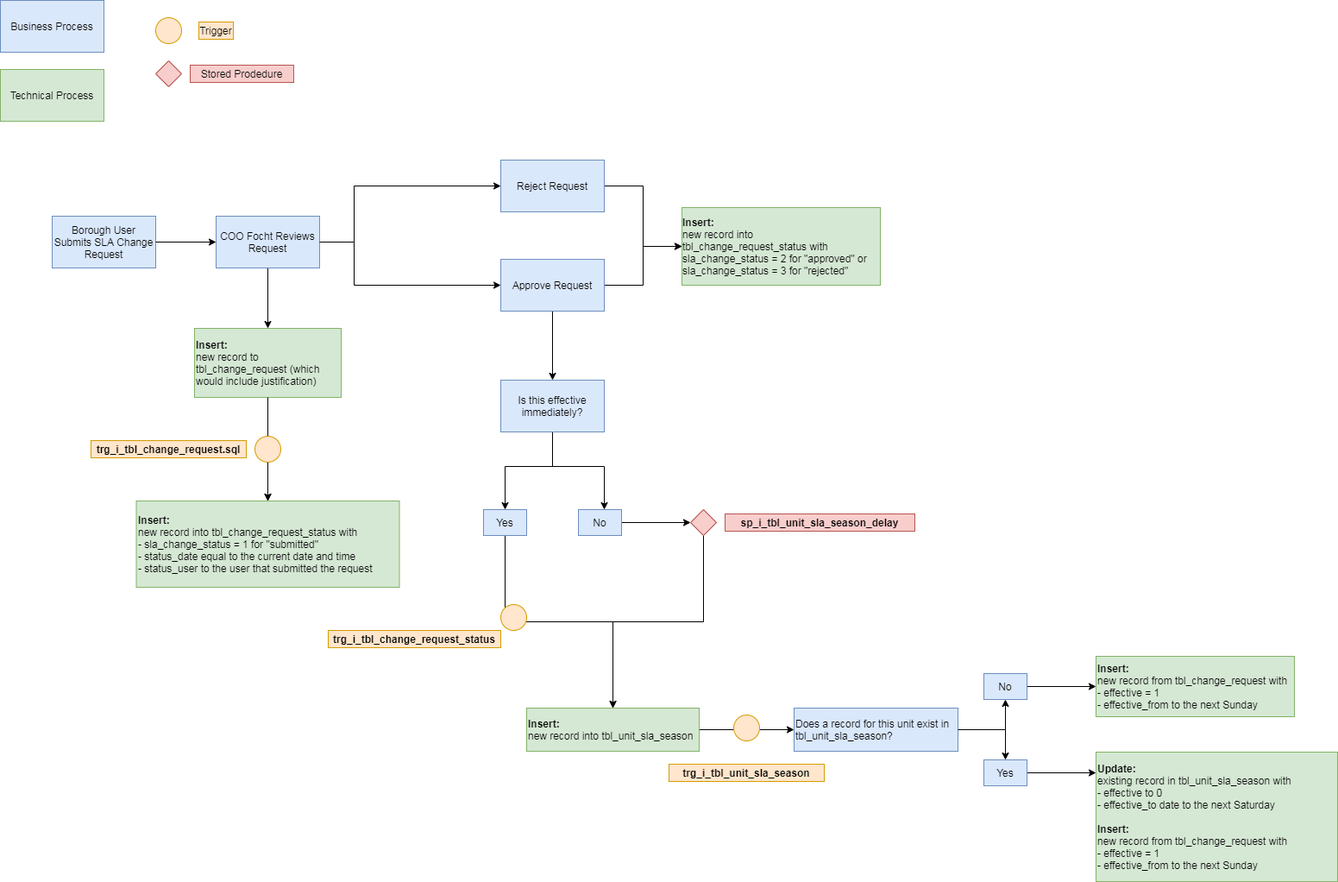
This is images/trg_i_tbl_change_request.sql; trg_i_tbl_unit_sla_season.sql; sp_i_tbl_unit_sla_season_delay.sql.png from NYC-Parks/SLADB, a draw.io export, as it was before one commit. Source tidied: cells renumbered, new cells last; positions are measured from the earlier drawing's top-left corner, leaving out a move shared by most shapes.
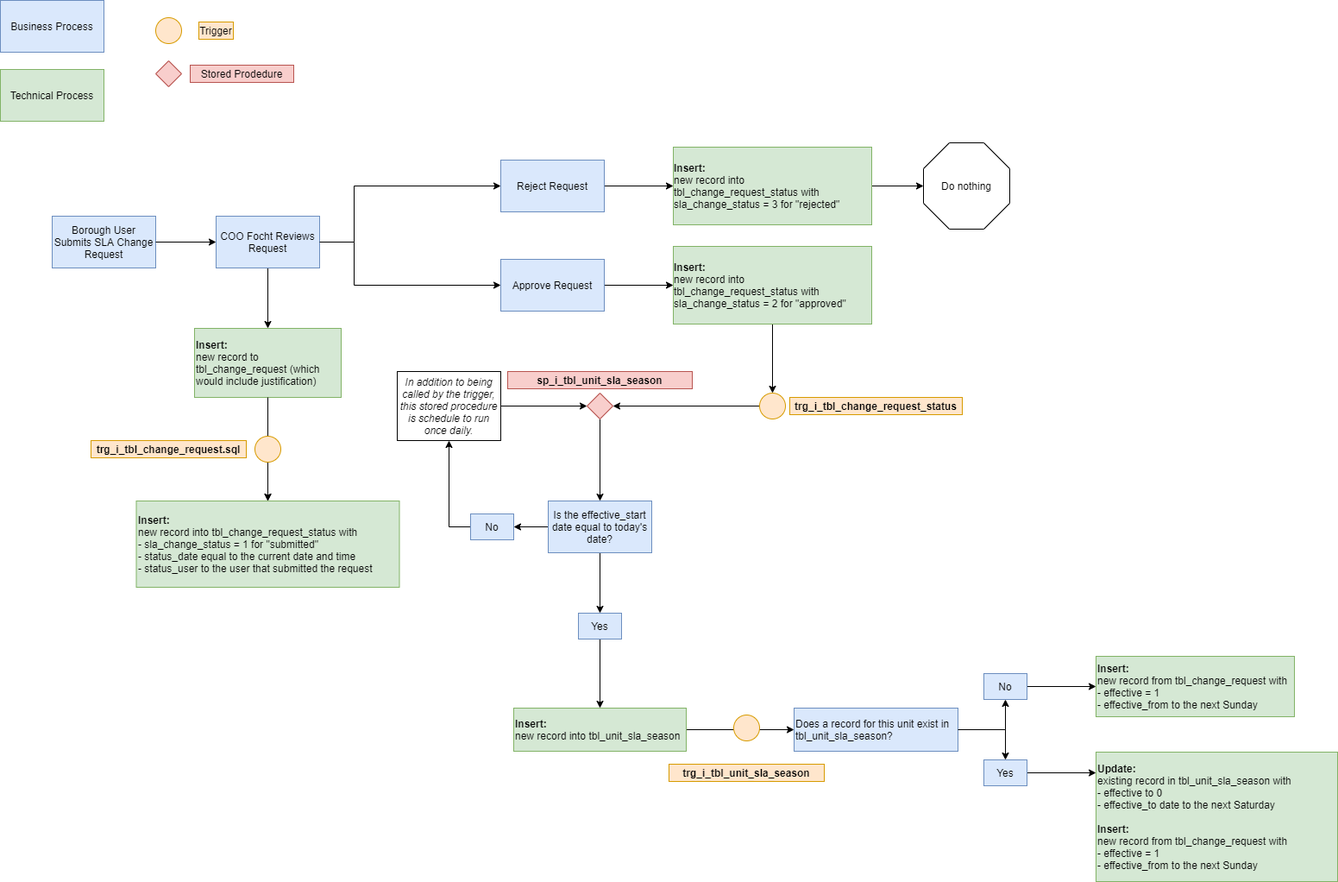
The same file after the commit.

The edit, as a diff of the source:
```diff
@@ -57,42 +57,32 @@
     <mxCell id="16" value="Reject Request" style="rounded=0;whiteSpace=wrap;html=1;fillColor=#dae8fc;strokeColor=#6c8ebf;" parent="1" vertex="1">
       <mxGeometry x="580" y="185" width="120" height="60" as="geometry" />
     </mxCell>
+    <mxCell id="52" style="edgeStyle=orthogonalEdgeStyle;rounded=0;jettySize=auto;html=1;exitX=1;exitY=0.5;exitDx=0;exitDy=0;entryX=0;entryY=0.5;entryDx=0;entryDy=0;entryPerimeter=0;" parent="1" edge="1" source="17" target="60">
+      <mxGeometry relative="1" as="geometry" />
+    </mxCell>
-    <mxCell id="17" value="&lt;div style=&quot;text-align: left&quot;&gt;&lt;span&gt;&lt;b&gt;Insert:&lt;/b&gt;&lt;/span&gt;&lt;/div&gt;&lt;div style=&quot;text-align: left&quot;&gt;&lt;span&gt;new record into tbl_change_request_status with sla_change_status = 2 for &quot;approved&quot; or sla_change_status = 3 for &quot;rejected&quot;&lt;/span&gt;&lt;/div&gt;" style="rounded=0;whiteSpace=wrap;html=1;fillColor=#d5e8d4;strokeColor=#82b366;" parent="1" vertex="1">
-      <mxGeometry x="790" y="240" width="230" height="90" as="geometry" />
+    <mxCell id="17" value="&lt;div style=&quot;text-align: left&quot;&gt;&lt;span&gt;&lt;b&gt;Insert:&lt;/b&gt;&lt;/span&gt;&lt;/div&gt;&lt;div style=&quot;text-align: left&quot;&gt;&lt;span&gt;new record into tbl_change_request_status with sla_change_status = 3 for &quot;rejected&quot;&lt;/span&gt;&lt;/div&gt;" style="rounded=0;whiteSpace=wrap;html=1;fillColor=#d5e8d4;strokeColor=#82b366;" parent="1" vertex="1">
+      <mxGeometry x="780" y="170" width="230" height="90" as="geometry" />
     </mxCell>
-    <mxCell id="18" style="edgeStyle=orthogonalEdgeStyle;rounded=0;jettySize=auto;html=1;entryX=0;entryY=0.5;entryDx=0;entryDy=0;" parent="1" edge="1" source="20" target="17">
-      <mxGeometry relative="1" as="geometry" />
-    </mxCell>
-    <mxCell id="19" style="edgeStyle=orthogonalEdgeStyle;rounded=0;jettySize=auto;html=1;" parent="1" edge="1" source="20" target="23">
-      <mxGeometry relative="1" as="geometry" />
-    </mxCell>
+    <mxCell id="53" style="edgeStyle=orthogonalEdgeStyle;rounded=0;jettySize=auto;html=1;exitX=1;exitY=0.5;exitDx=0;exitDy=0;" parent="1" edge="1" source="20" target="59">
+      <mxGeometry relative="1" as="geometry" />
+    </mxCell>
     <mxCell id="20" value="Approve Request" style="rounded=0;whiteSpace=wrap;html=1;fillColor=#dae8fc;strokeColor=#6c8ebf;" parent="1" vertex="1">
       <mxGeometry x="580" y="300" width="120" height="60" as="geometry" />
     </mxCell>
-    <mxCell id="21" style="edgeStyle=orthogonalEdgeStyle;rounded=0;jettySize=auto;html=1;" parent="1" edge="1" source="23" target="31">
-      <mxGeometry relative="1" as="geometry">
-        <Array as="points">
-          <mxPoint x="640" y="540" />
-          <mxPoint x="700" y="540" />
-        </Array>
-      </mxGeometry>
+    <mxCell id="21" style="edgeStyle=orthogonalEdgeStyle;rounded=0;jettySize=auto;html=1;exitX=0.5;exitY=1;exitDx=0;exitDy=0;entryX=0.5;entryY=0;entryDx=0;entryDy=0;" parent="1" edge="1" source="23" target="31">
+      <mxGeometry relative="1" as="geometry" />
     </mxCell>
-    <mxCell id="22" style="edgeStyle=orthogonalEdgeStyle;rounded=0;jettySize=auto;html=1;" parent="1" edge="1" source="23" target="25">
-      <mxGeometry relative="1" as="geometry">
-        <Array as="points">
-          <mxPoint x="640" y="540" />
-          <mxPoint x="585" y="540" />
-        </Array>
-      </mxGeometry>
+    <mxCell id="22" style="edgeStyle=orthogonalEdgeStyle;rounded=0;jettySize=auto;html=1;exitX=0;exitY=0.5;exitDx=0;exitDy=0;entryX=1;entryY=0.5;entryDx=0;entryDy=0;" parent="1" edge="1" source="23" target="25">
+      <mxGeometry relative="1" as="geometry" />
     </mxCell>
-    <mxCell id="23" value="Is this effective immediately?" style="rounded=0;whiteSpace=wrap;html=1;fillColor=#dae8fc;strokeColor=#6c8ebf;" parent="1" vertex="1">
-      <mxGeometry x="580" y="440" width="120" height="60" as="geometry" />
+    <mxCell id="23" value="Is the effective_start date equal to today's date?" style="rounded=0;whiteSpace=wrap;html=1;fillColor=#dae8fc;strokeColor=#6c8ebf;" parent="1" vertex="1">
+      <mxGeometry x="635" y="580" width="120" height="60" as="geometry" />
     </mxCell>
-    <mxCell id="24" style="edgeStyle=orthogonalEdgeStyle;rounded=0;jettySize=auto;html=1;entryX=0.5;entryY=0;entryDx=0;entryDy=0;" parent="1" edge="1" source="25" target="38">
-      <mxGeometry relative="1" as="geometry" />
-    </mxCell>
+    <mxCell id="54" style="edgeStyle=orthogonalEdgeStyle;rounded=0;jettySize=auto;html=1;exitX=0;exitY=0.5;exitDx=0;exitDy=0;" parent="1" edge="1" source="25" target="62">
+      <mxGeometry relative="1" as="geometry" />
+    </mxCell>
-    <mxCell id="25" value="Yes" style="rounded=0;whiteSpace=wrap;html=1;fillColor=#dae8fc;strokeColor=#6c8ebf;" parent="1" vertex="1">
-      <mxGeometry x="560" y="590" width="50" height="30" as="geometry" />
+    <mxCell id="25" value="No" style="rounded=0;whiteSpace=wrap;html=1;fillColor=#dae8fc;strokeColor=#6c8ebf;" parent="1" vertex="1">
+      <mxGeometry x="545" y="595" width="50" height="30" as="geometry" />
     </mxCell>
     <mxCell id="26" style="edgeStyle=orthogonalEdgeStyle;rounded=0;orthogonalLoop=1;jettySize=auto;html=1;exitX=0.5;exitY=1;exitDx=0;exitDy=0;" parent="1" edge="1" source="17" target="17">
       <mxGeometry relative="1" as="geometry" />
@@ -103,16 +93,11 @@
     <mxCell id="28" style="edgeStyle=orthogonalEdgeStyle;rounded=0;jettySize=auto;html=1;exitX=0.5;exitY=1;exitDx=0;exitDy=0;entryX=0.5;entryY=0;entryDx=0;entryDy=0;" parent="1" edge="1" source="12" target="13">
       <mxGeometry relative="1" as="geometry" />
     </mxCell>
-    <mxCell id="29" style="edgeStyle=orthogonalEdgeStyle;rounded=0;jettySize=auto;html=1;" parent="1" edge="1" source="31">
-      <mxGeometry relative="1" as="geometry">
-        <mxPoint x="800" y="605" as="targetPoint" />
-      </mxGeometry>
-    </mxCell>
-    <mxCell id="30" style="edgeStyle=orthogonalEdgeStyle;rounded=0;jettySize=auto;html=1;entryX=0.5;entryY=0;entryDx=0;entryDy=0;exitX=0.5;exitY=1;exitDx=0;exitDy=0;" parent="1" edge="1" source="35" target="38">
-      <mxGeometry relative="1" as="geometry" />
-    </mxCell>
+    <mxCell id="55" style="edgeStyle=orthogonalEdgeStyle;rounded=0;jettySize=auto;html=1;exitX=0.5;exitY=1;exitDx=0;exitDy=0;entryX=0.5;entryY=0;entryDx=0;entryDy=0;" parent="1" edge="1" source="31" target="38">
+      <mxGeometry relative="1" as="geometry" />
+    </mxCell>
-    <mxCell id="31" value="No" style="rounded=0;whiteSpace=wrap;html=1;fillColor=#dae8fc;strokeColor=#6c8ebf;" parent="1" vertex="1">
-      <mxGeometry x="670" y="590" width="50" height="30" as="geometry" />
+    <mxCell id="31" value="Yes" style="rounded=0;whiteSpace=wrap;html=1;fillColor=#dae8fc;strokeColor=#6c8ebf;" parent="1" vertex="1">
+      <mxGeometry x="670" y="710" width="50" height="30" as="geometry" />
     </mxCell>
     <mxCell id="32" style="rhombus;whiteSpace=wrap;html=1;align=left;fillColor=#f8cecc;strokeColor=#b85450;" parent="1" vertex="1">
       <mxGeometry x="180" y="70" width="30" height="30" as="geometry" />
@@ -123,17 +108,14 @@
     <mxCell id="34" style="ellipse;whiteSpace=wrap;html=1;fillColor=#ffe6cc;strokeColor=#d79b00;" parent="1" vertex="1">
       <mxGeometry x="295" y="505" width="30" height="30" as="geometry" />
     </mxCell>
-    <mxCell id="35" style="rhombus;whiteSpace=wrap;html=1;align=left;fillColor=#f8cecc;strokeColor=#b85450;" parent="1" vertex="1">
-      <mxGeometry x="800" y="590" width="30" height="30" as="geometry" />
-    </mxCell>
-    <mxCell id="36" value="&lt;b&gt;sp_i_tbl_unit_sla_season_delay&lt;/b&gt;" style="text;html=1;strokeColor=#b85450;fillColor=#f8cecc;align=center;verticalAlign=middle;whiteSpace=wrap;rounded=0;" parent="1" vertex="1">
-      <mxGeometry x="840" y="595" width="220" height="20" as="geometry" />
+    <mxCell id="36" value="&lt;b&gt;sp_i_tbl_unit_sla_season&lt;br&gt;&lt;/b&gt;" style="text;html=1;strokeColor=#b85450;fillColor=#f8cecc;align=center;verticalAlign=middle;whiteSpace=wrap;rounded=0;" parent="1" vertex="1">
+      <mxGeometry x="588" y="430" width="214" height="20" as="geometry" />
     </mxCell>
     <mxCell id="37" style="edgeStyle=orthogonalEdgeStyle;rounded=0;jettySize=auto;html=1;" parent="1" edge="1" source="38" target="40">
       <mxGeometry relative="1" as="geometry" />
     </mxCell>
     <mxCell id="38" value="Insert:&lt;br&gt;&lt;span style=&quot;font-weight: 400&quot;&gt;new record into tbl_unit_sla_season&lt;/span&gt;" style="rounded=0;whiteSpace=wrap;html=1;fillColor=#d5e8d4;strokeColor=#82b366;fontStyle=1;align=left;" parent="1" vertex="1">
-      <mxGeometry x="610" y="820" width="200" height="50" as="geometry" />
+      <mxGeometry x="595" y="820" width="200" height="50" as="geometry" />
     </mxCell>
     <mxCell id="39" style="edgeStyle=orthogonalEdgeStyle;rounded=0;jettySize=auto;html=1;" parent="1" edge="1" source="40" target="43">
       <mxGeometry relative="1" as="geometry" />
@@ -161,11 +143,14 @@
     <mxCell id="46" value="&lt;span style=&quot;font-weight: normal&quot;&gt;Yes&lt;/span&gt;" style="rounded=0;whiteSpace=wrap;html=1;fillColor=#dae8fc;strokeColor=#6c8ebf;fontStyle=1;align=center;" parent="1" vertex="1">
       <mxGeometry x="1140" y="880" width="50" height="30" as="geometry" />
     </mxCell>
+    <mxCell id="56" style="edgeStyle=orthogonalEdgeStyle;rounded=0;jettySize=auto;html=1;exitX=0;exitY=0.5;exitDx=0;exitDy=0;entryX=1;entryY=0.5;entryDx=0;entryDy=0;" parent="1" edge="1" source="47" target="35">
+      <mxGeometry relative="1" as="geometry" />
+    </mxCell>
     <mxCell id="47" style="ellipse;whiteSpace=wrap;html=1;fillColor=#ffe6cc;strokeColor=#d79b00;" parent="1" vertex="1">
-      <mxGeometry x="580" y="700" width="30" height="30" as="geometry" />
+      <mxGeometry x="880" y="455" width="30" height="30" as="geometry" />
     </mxCell>
     <mxCell id="48" value="&lt;b&gt;trg_i_tbl_change_request_status&lt;/b&gt;" style="text;html=1;strokeColor=#d79b00;fillColor=#ffe6cc;align=center;verticalAlign=middle;whiteSpace=wrap;rounded=0;" parent="1" vertex="1">
-      <mxGeometry x="380" y="730" width="200" height="20" as="geometry" />
+      <mxGeometry x="915" y="460" width="200" height="20" as="geometry" />
     </mxCell>
     <mxCell id="49" style="ellipse;whiteSpace=wrap;html=1;fillColor=#ffe6cc;strokeColor=#d79b00;" parent="1" vertex="1">
       <mxGeometry x="850" y="828" width="30" height="30" as="geometry" />
@@ -176,5 +161,26 @@
     <mxCell id="51" value="Update:&lt;br&gt;&lt;span style=&quot;font-weight: normal&quot;&gt;existing record in tbl_unit_sla_season with&lt;/span&gt;&lt;br&gt;&lt;span style=&quot;font-weight: normal&quot;&gt;- effective to 0&lt;br&gt;- effective_to date to the next Saturday&lt;br&gt;&lt;br&gt;&lt;/span&gt;Insert:&lt;br&gt;&lt;span style=&quot;font-weight: normal&quot;&gt;new record from tbl_change_request with&lt;br&gt;&lt;/span&gt;&lt;span style=&quot;font-weight: normal&quot;&gt;- effective = 1&lt;br&gt;- effective_from to the next Sunday&lt;/span&gt;" style="rounded=0;whiteSpace=wrap;html=1;fillColor=#d5e8d4;strokeColor=#82b366;fontStyle=1;align=left;" parent="1" vertex="1">
       <mxGeometry x="1270" y="871" width="280" height="150" as="geometry" />
     </mxCell>
+    <mxCell id="57" style="edgeStyle=orthogonalEdgeStyle;rounded=0;jettySize=auto;html=1;exitX=0.5;exitY=1;exitDx=0;exitDy=0;entryX=0.5;entryY=0;entryDx=0;entryDy=0;" parent="1" edge="1" source="35" target="23">
+      <mxGeometry relative="1" as="geometry" />
+    </mxCell>
+    <mxCell id="35" style="rhombus;whiteSpace=wrap;html=1;align=left;fillColor=#f8cecc;strokeColor=#b85450;" parent="1" vertex="1">
+      <mxGeometry x="680" y="455" width="30" height="30" as="geometry" />
+    </mxCell>
+    <mxCell id="58" style="edgeStyle=orthogonalEdgeStyle;rounded=0;jettySize=auto;html=1;exitX=0.5;exitY=1;exitDx=0;exitDy=0;entryX=0.5;entryY=0;entryDx=0;entryDy=0;" parent="1" edge="1" source="59" target="47">
+      <mxGeometry relative="1" as="geometry" />
+    </mxCell>
+    <mxCell id="59" value="&lt;div style=&quot;text-align: left&quot;&gt;&lt;span&gt;&lt;b&gt;Insert:&lt;/b&gt;&lt;/span&gt;&lt;/div&gt;&lt;div style=&quot;text-align: left&quot;&gt;&lt;span&gt;new record into tbl_change_request_status with sla_change_status = 2 for &quot;approved&quot;&lt;/span&gt;&lt;/div&gt;" style="rounded=0;whiteSpace=wrap;html=1;fillColor=#d5e8d4;strokeColor=#82b366;" parent="1" vertex="1">
+      <mxGeometry x="780" y="285" width="230" height="90" as="geometry" />
+    </mxCell>
+    <mxCell id="60" value="Do nothing" style="whiteSpace=wrap;html=1;shape=mxgraph.basic.octagon2;align=center;verticalAlign=middle;dx=15;" parent="1" vertex="1">
+      <mxGeometry x="1070" y="165" width="100" height="100" as="geometry" />
+    </mxCell>
+    <mxCell id="61" style="edgeStyle=orthogonalEdgeStyle;rounded=0;jettySize=auto;html=1;exitX=1;exitY=0.5;exitDx=0;exitDy=0;entryX=0;entryY=0.5;entryDx=0;entryDy=0;" parent="1" edge="1" source="62" target="35">
+      <mxGeometry relative="1" as="geometry" />
+    </mxCell>
+    <mxCell id="62" value="&lt;i&gt;In addition to being called by the trigger, this stored procedure is schedule to run once daily.&lt;/i&gt;" style="rounded=0;whiteSpace=wrap;html=1;" parent="1" vertex="1">
+      <mxGeometry x="460" y="430" width="120" height="80" as="geometry" />
+    </mxCell>
   </root>
 </mxGraphModel>
```
